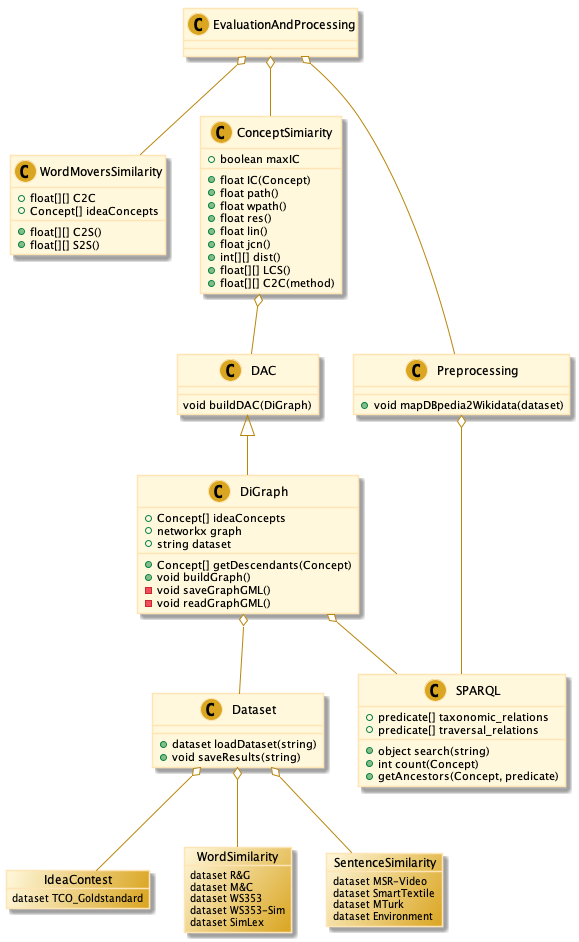
Above: src/out/pic/UML-diagram/UMLOrchard.png in lukastaerk/SemanticSimilarityApproach (PlantUML), before the change. Its diagram source:
```plantuml
@startuml UMLOrchard

skinparam class {
    BackgroundColor Cornsilk
    ArrowColor DarkGoldenRod
    BorderColor Moccasin
}
skinparam stereotypeCBackgroundColor GoldenRod
skinparam object {
    BackgroundColor Cornsilk/GoldenRod
    ArrowColor DarkGoldenRod
    BorderColor Moccasin
}


EvaluationAndProcessing o-- WordMoversSimilarity
EvaluationAndProcessing o-- ConceptSimiarity
DiGraph o-- Dataset
Dataset : +dataset loadDataset(string)
Dataset : +void saveResults(string)
EvaluationAndProcessing o-- Preprocessing


WordMoversSimilarity : +float[][] C2C
WordMoversSimilarity : +Concept[] ideaConcepts
WordMoversSimilarity : +float[][] C2S()
WordMoversSimilarity : +float[][] S2S()

ConceptSimiarity : +boolean maxIC
ConceptSimiarity : +float IC(Concept)
ConceptSimiarity : +float path()
ConceptSimiarity : +float wpath()
ConceptSimiarity : +float res()
ConceptSimiarity : +float lin()
ConceptSimiarity : +float jcn()
ConceptSimiarity : +int[][] dist()
ConceptSimiarity : +float[][] LCS()
ConceptSimiarity : +float[][] C2C(method)


object IdeaContest
IdeaContest : dataset TCO_Goldstandard
object WordSimilarity
object SentenceSimilarity
Dataset o-- IdeaContest
Dataset o-- WordSimilarity
Dataset o-- SentenceSimilarity
SentenceSimilarity : dataset MSR-Video
SentenceSimilarity : dataset SmartTextile
SentenceSimilarity : dataset MTurk
SentenceSimilarity : dataset Environment

WordSimilarity : dataset R&G
WordSimilarity : dataset M&C
WordSimilarity : dataset WS353
WordSimilarity : dataset WS353-Sim
WordSimilarity : dataset SimLex
DiGraph o-- SPARQL
SPARQL : +predicate[] taxonomic_relations
SPARQL : +predicate[] traversal_relations
SPARQL : +object search(string)
SPARQL : +int count(Concept)
SPARQL : +getAncestors(Concept, predicate)

DiGraph : +Concept[] ideaConcepts
DiGraph : +networkx graph
DiGraph : +string dataset
DiGraph : +Concept[] getDescendants(Concept)
DiGraph : +void buildGraph()
DiGraph : -void saveGraphGML()
DiGraph : -void readGraphGML()

DAC <|-- DiGraph

Preprocessing o-- SPARQL
Preprocessing : + void mapDBpedia2Wikidata(dataset)
ConceptSimiarity o-- DAC

DAC : void buildDAC(DiGraph)

@enduml
```
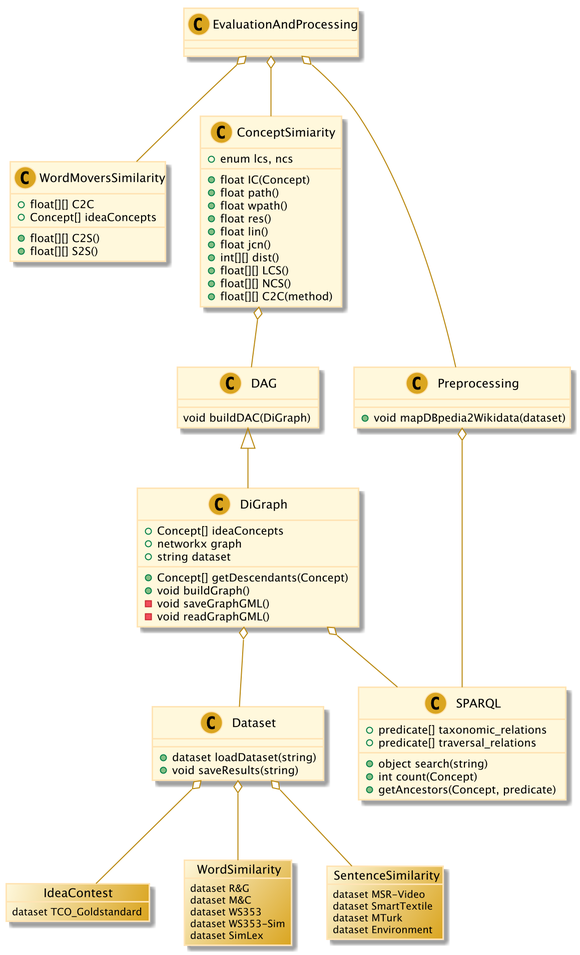
Later version of the same file.

The edit, as a diff of the source:
```diff
@@ -1,5 +1,5 @@
 @startuml UMLOrchard
-
+scale 2
 skinparam class {
     BackgroundColor Cornsilk
     ArrowColor DarkGoldenRod
@@ -26,7 +26,7 @@
 WordMoversSimilarity : +float[][] C2S()
 WordMoversSimilarity : +float[][] S2S()
 
-ConceptSimiarity : +boolean maxIC
+ConceptSimiarity : +enum lcs, ncs
 ConceptSimiarity : +float IC(Concept)
 ConceptSimiarity : +float path()
 ConceptSimiarity : +float wpath()
@@ -35,6 +35,7 @@
 ConceptSimiarity : +float jcn()
 ConceptSimiarity : +int[][] dist()
 ConceptSimiarity : +float[][] LCS()
+ConceptSimiarity : +float[][] NCS()
 ConceptSimiarity : +float[][] C2C(method)
 
 
@@ -70,12 +71,12 @@
 DiGraph : -void saveGraphGML()
 DiGraph : -void readGraphGML()
 
-DAC <|-- DiGraph
+DAG <|-- DiGraph
 
 Preprocessing o-- SPARQL
 Preprocessing : + void mapDBpedia2Wikidata(dataset)
-ConceptSimiarity o-- DAC
+ConceptSimiarity o-- DAG
 
-DAC : void buildDAC(DiGraph)
+DAG : void buildDAC(DiGraph)
 
 @enduml
```
